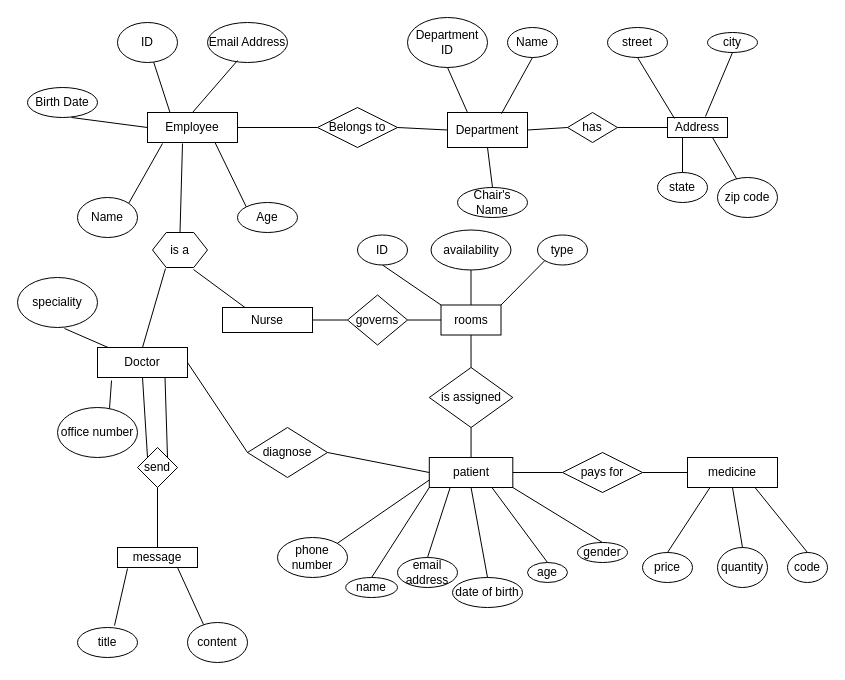
Above: DBMS HW1-3.drawio in lukeyuan31/SoftwareEngineeringPics (draw.io), before the change. Source tidied: cells renumbered, new cells numbered last; positions are measured from the earlier drawing's top-left corner, leaving out a move shared by most shapes. Both pictures are drawn from the tidied source at 100%, with x=0, y=0 at pixel (17, 17).
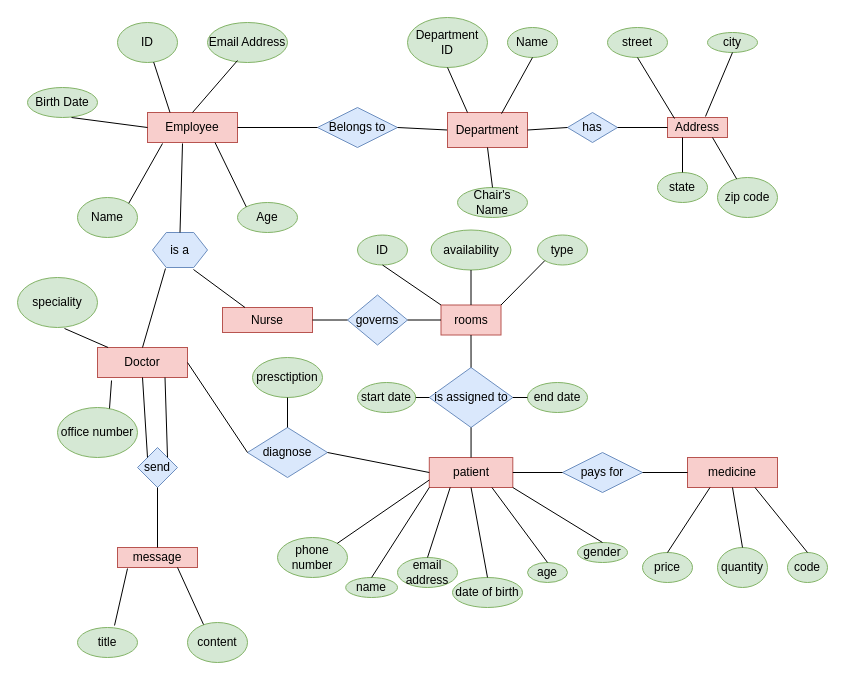
Above is the later version.

Diff of the diagram source:
```diff
@@
-    <mxCell id="2" value="Employee" style="rounded=0;whiteSpace=wrap;html=1;" parent="1" vertex="1">
+    <mxCell id="2" value="Employee" style="rounded=0;whiteSpace=wrap;html=1;fillColor=#f8cecc;strokeColor=#b85450;" parent="1" vertex="1">
       <mxGeometry x="130" y="95" width="90" height="30" as="geometry" />
     </mxCell>
-    <mxCell id="3" value="ID&lt;br&gt;" style="ellipse;whiteSpace=wrap;html=1;" parent="1" vertex="1">
+    <mxCell id="3" value="ID&lt;br&gt;" style="ellipse;whiteSpace=wrap;html=1;fillColor=#d5e8d4;strokeColor=#82b366;" parent="1" vertex="1">
       <mxGeometry x="100" y="5" width="60" height="40" as="geometry" />
     </mxCell>
@@
-    <mxCell id="5" value="Email Address" style="ellipse;whiteSpace=wrap;html=1;" parent="1" vertex="1">
+    <mxCell id="5" value="Email Address" style="ellipse;whiteSpace=wrap;html=1;fillColor=#d5e8d4;strokeColor=#82b366;" parent="1" vertex="1">
       <mxGeometry x="190" y="5" width="80" height="40" as="geometry" />
     </mxCell>
@@
-    <mxCell id="7" value="Name" style="ellipse;whiteSpace=wrap;html=1;" parent="1" vertex="1">
+    <mxCell id="7" value="Name" style="ellipse;whiteSpace=wrap;html=1;fillColor=#d5e8d4;strokeColor=#82b366;" parent="1" vertex="1">
       <mxGeometry x="60" y="180" width="60" height="40" as="geometry" />
     </mxCell>
@@
-    <mxCell id="9" value="Birth Date" style="ellipse;whiteSpace=wrap;html=1;" parent="1" vertex="1">
+    <mxCell id="9" value="Birth Date" style="ellipse;whiteSpace=wrap;html=1;fillColor=#d5e8d4;strokeColor=#82b366;" parent="1" vertex="1">
       <mxGeometry x="10" y="70" width="70" height="30" as="geometry" />
     </mxCell>
@@
-    <mxCell id="11" value="Age" style="ellipse;whiteSpace=wrap;html=1;" parent="1" vertex="1">
+    <mxCell id="11" value="Age" style="ellipse;whiteSpace=wrap;html=1;fillColor=#d5e8d4;strokeColor=#82b366;" parent="1" vertex="1">
       <mxGeometry x="220" y="185" width="60" height="30" as="geometry" />
     </mxCell>
@@
-    <mxCell id="13" value="Belongs to&lt;br&gt;" style="rhombus;whiteSpace=wrap;html=1;" parent="1" vertex="1">
+    <mxCell id="13" value="Belongs to&lt;br&gt;" style="rhombus;whiteSpace=wrap;html=1;fillColor=#dae8fc;strokeColor=#6c8ebf;" parent="1" vertex="1">
       <mxGeometry x="300" y="90" width="80" height="40" as="geometry" />
     </mxCell>
@@
-    <mxCell id="16" value="Department" style="rounded=0;whiteSpace=wrap;html=1;" parent="1" vertex="1">
+    <mxCell id="16" value="Department" style="rounded=0;whiteSpace=wrap;html=1;fillColor=#f8cecc;strokeColor=#b85450;" parent="1" vertex="1">
       <mxGeometry x="430" y="95" width="80" height="35" as="geometry" />
     </mxCell>
-    <mxCell id="17" value="Department ID" style="ellipse;whiteSpace=wrap;html=1;" parent="1" vertex="1">
+    <mxCell id="17" value="Department ID" style="ellipse;whiteSpace=wrap;html=1;fillColor=#d5e8d4;strokeColor=#82b366;" parent="1" vertex="1">
       <mxGeometry x="390" width="80" height="50" as="geometry" />
     </mxCell>
-    <mxCell id="18" value="Name" style="ellipse;whiteSpace=wrap;html=1;" parent="1" vertex="1">
+    <mxCell id="18" value="Name" style="ellipse;whiteSpace=wrap;html=1;fillColor=#d5e8d4;strokeColor=#82b366;" parent="1" vertex="1">
       <mxGeometry x="490" y="10" width="50" height="30" as="geometry" />
     </mxCell>
-    <mxCell id="19" value="Chair's Name" style="ellipse;whiteSpace=wrap;html=1;" parent="1" vertex="1">
+    <mxCell id="19" value="Chair's Name" style="ellipse;whiteSpace=wrap;html=1;fillColor=#d5e8d4;strokeColor=#82b366;" parent="1" vertex="1">
       <mxGeometry x="440" y="170" width="70" height="30" as="geometry" />
     </mxCell>
@@
-    <mxCell id="23" value="has" style="rhombus;whiteSpace=wrap;html=1;" parent="1" vertex="1">
+    <mxCell id="23" value="has" style="rhombus;whiteSpace=wrap;html=1;fillColor=#dae8fc;strokeColor=#6c8ebf;" parent="1" vertex="1">
       <mxGeometry x="550" y="95" width="50" height="30" as="geometry" />
     </mxCell>
@@
-    <mxCell id="25" value="Address" style="rounded=0;whiteSpace=wrap;html=1;" parent="1" vertex="1">
+    <mxCell id="25" value="Address" style="rounded=0;whiteSpace=wrap;html=1;fillColor=#f8cecc;strokeColor=#b85450;" parent="1" vertex="1">
       <mxGeometry x="650" y="100" width="60" height="20" as="geometry" />
     </mxCell>
@@
-    <mxCell id="27" value="street" style="ellipse;whiteSpace=wrap;html=1;" parent="1" vertex="1">
+    <mxCell id="27" value="street" style="ellipse;whiteSpace=wrap;html=1;fillColor=#d5e8d4;strokeColor=#82b366;" parent="1" vertex="1">
       <mxGeometry x="590" y="10" width="60" height="30" as="geometry" />
     </mxCell>
-    <mxCell id="28" value="city" style="ellipse;whiteSpace=wrap;html=1;" parent="1" vertex="1">
+    <mxCell id="28" value="city" style="ellipse;whiteSpace=wrap;html=1;fillColor=#d5e8d4;strokeColor=#82b366;" parent="1" vertex="1">
       <mxGeometry x="690" y="15" width="50" height="20" as="geometry" />
     </mxCell>
-    <mxCell id="29" value="state" style="ellipse;whiteSpace=wrap;html=1;" parent="1" vertex="1">
+    <mxCell id="29" value="state" style="ellipse;whiteSpace=wrap;html=1;fillColor=#d5e8d4;strokeColor=#82b366;" parent="1" vertex="1">
       <mxGeometry x="640" y="155" width="50" height="30" as="geometry" />
     </mxCell>
-    <mxCell id="30" value="zip code" style="ellipse;whiteSpace=wrap;html=1;" parent="1" vertex="1">
+    <mxCell id="30" value="zip code" style="ellipse;whiteSpace=wrap;html=1;fillColor=#d5e8d4;strokeColor=#82b366;" parent="1" vertex="1">
       <mxGeometry x="700" y="160" width="60" height="40" as="geometry" />
     </mxCell>
@@
-    <mxCell id="35" value="Doctor" style="rounded=0;whiteSpace=wrap;html=1;" parent="1" vertex="1">
+    <mxCell id="35" value="Doctor" style="rounded=0;whiteSpace=wrap;html=1;fillColor=#f8cecc;strokeColor=#b85450;" parent="1" vertex="1">
       <mxGeometry x="80" y="330" width="90" height="30" as="geometry" />
     </mxCell>
-    <mxCell id="36" value="speciality" style="ellipse;whiteSpace=wrap;html=1;" parent="1" vertex="1">
+    <mxCell id="36" value="speciality" style="ellipse;whiteSpace=wrap;html=1;fillColor=#d5e8d4;strokeColor=#82b366;" parent="1" vertex="1">
       <mxGeometry y="260" width="80" height="50" as="geometry" />
     </mxCell>
-    <mxCell id="37" value="office number" style="ellipse;whiteSpace=wrap;html=1;" parent="1" vertex="1">
+    <mxCell id="37" value="office number" style="ellipse;whiteSpace=wrap;html=1;fillColor=#d5e8d4;strokeColor=#82b366;" parent="1" vertex="1">
       <mxGeometry x="40" y="390" width="80" height="50" as="geometry" />
     </mxCell>
@@
-    <mxCell id="40" value="is a" style="shape=hexagon;perimeter=hexagonPerimeter2;whiteSpace=wrap;html=1;" parent="1" vertex="1">
+    <mxCell id="40" value="is a" style="shape=hexagon;perimeter=hexagonPerimeter2;whiteSpace=wrap;html=1;fillColor=#dae8fc;strokeColor=#6c8ebf;" parent="1" vertex="1">
       <mxGeometry x="135" y="215" width="55" height="35" as="geometry" />
     </mxCell>
@@
-    <mxCell id="43" value="send" style="rhombus;whiteSpace=wrap;html=1;" parent="1" vertex="1">
+    <mxCell id="43" value="send" style="rhombus;whiteSpace=wrap;html=1;fillColor=#dae8fc;strokeColor=#6c8ebf;" parent="1" vertex="1">
       <mxGeometry x="120" y="430" width="40" height="40" as="geometry" />
     </mxCell>
@@
-    <mxCell id="46" value="message" style="rounded=0;whiteSpace=wrap;html=1;" parent="1" vertex="1">
+    <mxCell id="46" value="message" style="rounded=0;whiteSpace=wrap;html=1;fillColor=#f8cecc;strokeColor=#b85450;" parent="1" vertex="1">
       <mxGeometry x="100" y="530" width="80" height="20" as="geometry" />
     </mxCell>
@@
-    <mxCell id="48" value="title" style="ellipse;whiteSpace=wrap;html=1;" parent="1" vertex="1">
+    <mxCell id="48" value="title" style="ellipse;whiteSpace=wrap;html=1;fillColor=#d5e8d4;strokeColor=#82b366;" parent="1" vertex="1">
       <mxGeometry x="60" y="610" width="60" height="30" as="geometry" />
     </mxCell>
-    <mxCell id="49" value="content" style="ellipse;whiteSpace=wrap;html=1;" parent="1" vertex="1">
+    <mxCell id="49" value="content" style="ellipse;whiteSpace=wrap;html=1;fillColor=#d5e8d4;strokeColor=#82b366;" parent="1" vertex="1">
       <mxGeometry x="170" y="605" width="60" height="40" as="geometry" />
     </mxCell>
@@
-    <mxCell id="52" value="Nurse" style="rounded=0;whiteSpace=wrap;html=1;" parent="1" vertex="1">
+    <mxCell id="52" value="Nurse" style="rounded=0;whiteSpace=wrap;html=1;fillColor=#f8cecc;strokeColor=#b85450;" parent="1" vertex="1">
       <mxGeometry x="205" y="290" width="90" height="25" as="geometry" />
     </mxCell>
@@
-    <mxCell id="54" value="governs" style="rhombus;whiteSpace=wrap;html=1;" parent="1" vertex="1">
+    <mxCell id="54" value="governs" style="rhombus;whiteSpace=wrap;html=1;fillColor=#dae8fc;strokeColor=#6c8ebf;" parent="1" vertex="1">
       <mxGeometry x="330" y="277.5" width="60" height="50" as="geometry" />
     </mxCell>
@@
-    <mxCell id="56" value="rooms" style="rounded=0;whiteSpace=wrap;html=1;" parent="1" vertex="1">
+    <mxCell id="56" value="rooms" style="rounded=0;whiteSpace=wrap;html=1;fillColor=#f8cecc;strokeColor=#b85450;" parent="1" vertex="1">
       <mxGeometry x="423.5" y="287.5" width="60" height="30" as="geometry" />
     </mxCell>
@@
-    <mxCell id="58" value="ID" style="ellipse;whiteSpace=wrap;html=1;" parent="1" vertex="1">
+    <mxCell id="58" value="ID" style="ellipse;whiteSpace=wrap;html=1;fillColor=#d5e8d4;strokeColor=#82b366;" parent="1" vertex="1">
       <mxGeometry x="340" y="217.5" width="50" height="30" as="geometry" />
     </mxCell>
-    <mxCell id="59" value="availability" style="ellipse;whiteSpace=wrap;html=1;" parent="1" vertex="1">
+    <mxCell id="59" value="availability" style="ellipse;whiteSpace=wrap;html=1;fillColor=#d5e8d4;strokeColor=#82b366;" parent="1" vertex="1">
       <mxGeometry x="413.5" y="212.5" width="80" height="40" as="geometry" />
     </mxCell>
-    <mxCell id="60" value="type" style="ellipse;whiteSpace=wrap;html=1;" parent="1" vertex="1">
+    <mxCell id="60" value="type" style="ellipse;whiteSpace=wrap;html=1;fillColor=#d5e8d4;strokeColor=#82b366;" parent="1" vertex="1">
       <mxGeometry x="520" y="217.5" width="50" height="30" as="geometry" />
     </mxCell>
@@
-    <mxCell id="64" value="is assigned" style="rhombus;whiteSpace=wrap;html=1;" parent="1" vertex="1">
+    <mxCell id="64" value="is assigned to" style="rhombus;whiteSpace=wrap;html=1;fillColor=#dae8fc;strokeColor=#6c8ebf;" parent="1" vertex="1">
       <mxGeometry x="411.8" y="350" width="83.5" height="60" as="geometry" />
     </mxCell>
@@
-    <mxCell id="66" value="patient" style="rounded=0;whiteSpace=wrap;html=1;" parent="1" vertex="1">
+    <mxCell id="66" value="patient" style="rounded=0;whiteSpace=wrap;html=1;fillColor=#f8cecc;strokeColor=#b85450;" parent="1" vertex="1">
       <mxGeometry x="411.8" y="440" width="83.5" height="30" as="geometry" />
     </mxCell>
@@
-    <mxCell id="68" value="name" style="ellipse;whiteSpace=wrap;html=1;" parent="1" vertex="1">
+    <mxCell id="68" value="name" style="ellipse;whiteSpace=wrap;html=1;fillColor=#d5e8d4;strokeColor=#82b366;" parent="1" vertex="1">
       <mxGeometry x="328.2" y="560" width="51.8" height="20" as="geometry" />
     </mxCell>
-    <mxCell id="69" value="email address" style="ellipse;whiteSpace=wrap;html=1;" parent="1" vertex="1">
+    <mxCell id="69" value="email address" style="ellipse;whiteSpace=wrap;html=1;fillColor=#d5e8d4;strokeColor=#82b366;" parent="1" vertex="1">
       <mxGeometry x="380" y="540" width="60" height="30" as="geometry" />
     </mxCell>
-    <mxCell id="70" value="date of birth" style="ellipse;whiteSpace=wrap;html=1;" parent="1" vertex="1">
+    <mxCell id="70" value="date of birth" style="ellipse;whiteSpace=wrap;html=1;fillColor=#d5e8d4;strokeColor=#82b366;" parent="1" vertex="1">
       <mxGeometry x="435" y="560" width="70" height="30" as="geometry" />
     </mxCell>
-    <mxCell id="71" value="age" style="ellipse;whiteSpace=wrap;html=1;" parent="1" vertex="1">
+    <mxCell id="71" value="age" style="ellipse;whiteSpace=wrap;html=1;fillColor=#d5e8d4;strokeColor=#82b366;" parent="1" vertex="1">
       <mxGeometry x="510" y="545" width="40" height="20" as="geometry" />
     </mxCell>
-    <mxCell id="72" value="phone number" style="ellipse;whiteSpace=wrap;html=1;" parent="1" vertex="1">
+    <mxCell id="72" value="phone number" style="ellipse;whiteSpace=wrap;html=1;fillColor=#d5e8d4;strokeColor=#82b366;" parent="1" vertex="1">
       <mxGeometry x="260" y="520" width="70" height="40" as="geometry" />
     </mxCell>
-    <mxCell id="73" value="gender" style="ellipse;whiteSpace=wrap;html=1;" parent="1" vertex="1">
+    <mxCell id="73" value="gender" style="ellipse;whiteSpace=wrap;html=1;fillColor=#d5e8d4;strokeColor=#82b366;" parent="1" vertex="1">
       <mxGeometry x="560" y="525" width="50" height="20" as="geometry" />
     </mxCell>
@@
-    <mxCell id="80" value="diagnose" style="rhombus;whiteSpace=wrap;html=1;" parent="1" vertex="1">
+    <mxCell id="80" value="diagnose" style="rhombus;whiteSpace=wrap;html=1;fillColor=#dae8fc;strokeColor=#6c8ebf;" parent="1" vertex="1">
       <mxGeometry x="230" y="410" width="80" height="50" as="geometry" />
     </mxCell>
@@
-    <mxCell id="83" value="pays for" style="rhombus;whiteSpace=wrap;html=1;" parent="1" vertex="1">
+    <mxCell id="83" value="pays for" style="rhombus;whiteSpace=wrap;html=1;fillColor=#dae8fc;strokeColor=#6c8ebf;" parent="1" vertex="1">
       <mxGeometry x="545" y="435" width="80" height="40" as="geometry" />
     </mxCell>
@@
-    <mxCell id="85" value="medicine" style="rounded=0;whiteSpace=wrap;html=1;" parent="1" vertex="1">
+    <mxCell id="85" value="medicine" style="rounded=0;whiteSpace=wrap;html=1;fillColor=#f8cecc;strokeColor=#b85450;" parent="1" vertex="1">
       <mxGeometry x="670" y="440" width="90" height="30" as="geometry" />
     </mxCell>
@@
-    <mxCell id="87" value="price" style="ellipse;whiteSpace=wrap;html=1;" parent="1" vertex="1">
+    <mxCell id="87" value="price" style="ellipse;whiteSpace=wrap;html=1;fillColor=#d5e8d4;strokeColor=#82b366;" parent="1" vertex="1">
       <mxGeometry x="625" y="535" width="50" height="30" as="geometry" />
     </mxCell>
-    <mxCell id="88" value="quantity" style="ellipse;whiteSpace=wrap;html=1;" parent="1" vertex="1">
+    <mxCell id="88" value="quantity" style="ellipse;whiteSpace=wrap;html=1;fillColor=#d5e8d4;strokeColor=#82b366;" parent="1" vertex="1">
       <mxGeometry x="700" y="530" width="50" height="40" as="geometry" />
     </mxCell>
-    <mxCell id="89" value="code" style="ellipse;whiteSpace=wrap;html=1;" parent="1" vertex="1">
+    <mxCell id="89" value="code" style="ellipse;whiteSpace=wrap;html=1;fillColor=#d5e8d4;strokeColor=#82b366;" parent="1" vertex="1">
       <mxGeometry x="770" y="535" width="40" height="30" as="geometry" />
     </mxCell>
@@
+    <mxCell id="93" value="presctiption" style="ellipse;whiteSpace=wrap;html=1;fillColor=#d5e8d4;strokeColor=#82b366;" parent="1" vertex="1">
+      <mxGeometry x="235" y="340" width="70" height="40" as="geometry" />
+    </mxCell>
+    <mxCell id="94" style="endArrow=none;html=1;entryX=0.5;entryY=1;entryDx=0;entryDy=0;exitX=0.5;exitY=0;exitDx=0;exitDy=0;" parent="1" edge="1" source="80" target="93">
+      <mxGeometry relative="1" as="geometry" />
+    </mxCell>
+    <mxCell id="95" value="start date" style="ellipse;whiteSpace=wrap;html=1;fillColor=#d5e8d4;strokeColor=#82b366;" parent="1" vertex="1">
+      <mxGeometry x="340" y="365" width="58.2" height="30" as="geometry" />
+    </mxCell>
+    <mxCell id="96" value="end date" style="ellipse;whiteSpace=wrap;html=1;fillColor=#d5e8d4;strokeColor=#82b366;" parent="1" vertex="1">
+      <mxGeometry x="510" y="365" width="60" height="30" as="geometry" />
+    </mxCell>
+    <mxCell id="97" style="endArrow=none;html=1;entryX=1;entryY=0.5;entryDx=0;entryDy=0;exitX=0;exitY=0.5;exitDx=0;exitDy=0;" parent="1" edge="1" source="64" target="95">
+      <mxGeometry relative="1" as="geometry" />
+    </mxCell>
+    <mxCell id="98" style="endArrow=none;html=1;entryX=1;entryY=0.5;entryDx=0;entryDy=0;exitX=0;exitY=0.5;exitDx=0;exitDy=0;" parent="1" edge="1" source="96" target="64">
+      <mxGeometry relative="1" as="geometry" />
+    </mxCell>
```
